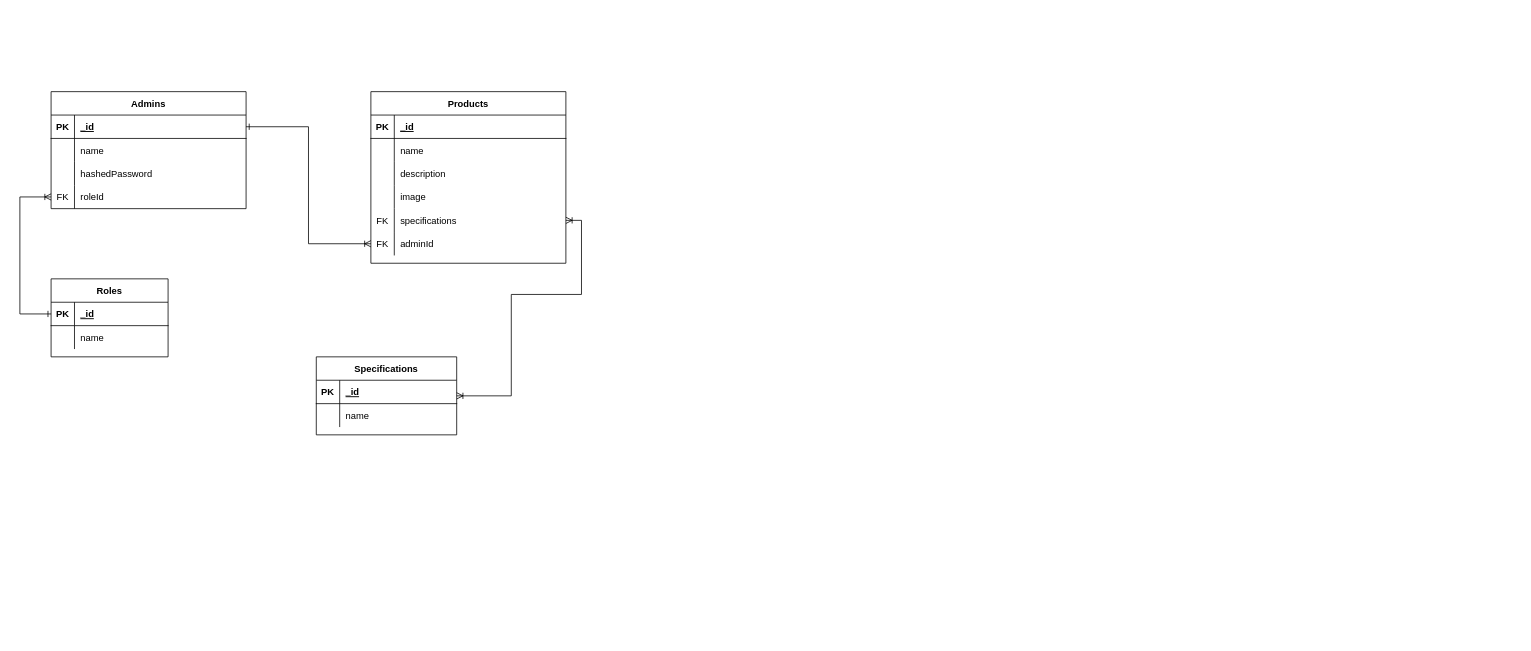
iwannabekoshka/delta-tek keeps this draw.io diagram as DB schema.drawio. Above is the earlier version. Source tidied: cells renumbered, new cells numbered last; positions are measured from the earlier drawing's top-left corner, leaving out a move shared by most shapes. Both pictures are drawn from the tidied source at 78%, with x=0, y=0 at pixel (20, 91).
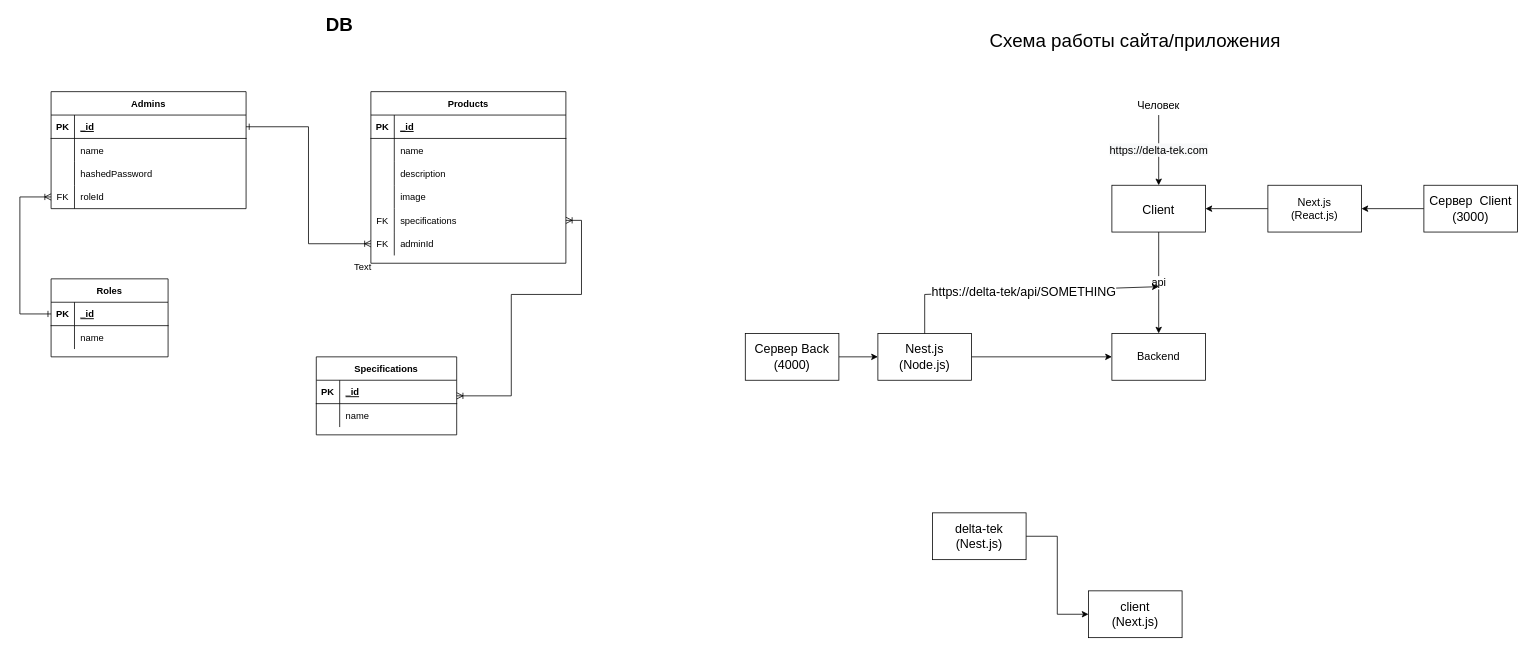
The same diagram, later.

Diff of the diagram source:
```diff
@@
+    <mxCell id="51" value="Text" style="text;html=1;strokeColor=none;fillColor=none;align=center;verticalAlign=middle;whiteSpace=wrap;rounded=0;" parent="1" vertex="1">
+      <mxGeometry x="410" y="210" width="60" height="30" as="geometry" />
+    </mxCell>
+    <mxCell id="52" value="&lt;b&gt;&lt;font style=&quot;font-size: 24px&quot;&gt;DB&lt;/font&gt;&lt;/b&gt;" style="text;html=1;strokeColor=none;fillColor=none;align=center;verticalAlign=middle;whiteSpace=wrap;rounded=0;" parent="1" vertex="1">
+      <mxGeometry x="380" y="-100" width="60" height="30" as="geometry" />
+    </mxCell>
+    <mxCell id="53" value="api" style="edgeStyle=orthogonalEdgeStyle;rounded=0;jettySize=auto;html=1;fontSize=14;" parent="1" edge="1" source="54" target="60">
+      <mxGeometry relative="1" as="geometry" />
+    </mxCell>
+    <mxCell id="54" value="&lt;font style=&quot;font-size: 16px&quot;&gt;Client&lt;/font&gt;" style="rounded=0;whiteSpace=wrap;html=1;fontSize=24;" parent="1" vertex="1">
+      <mxGeometry x="1400" y="120" width="120" height="60" as="geometry" />
+    </mxCell>
+    <mxCell id="55" value="Схема работы сайта/приложения" style="text;html=1;strokeColor=none;fillColor=none;align=center;verticalAlign=middle;whiteSpace=wrap;rounded=0;fontSize=24;" parent="1" vertex="1">
+      <mxGeometry x="1240" y="-80" width="380" height="30" as="geometry" />
+    </mxCell>
+    <mxCell id="56" value="&lt;span style=&quot;color: rgb(0 , 0 , 0) ; font-family: &amp;#34;helvetica&amp;#34; ; font-size: 14px ; font-style: normal ; font-weight: 400 ; letter-spacing: normal ; text-align: center ; text-indent: 0px ; text-transform: none ; word-spacing: 0px ; background-color: rgb(248 , 249 , 250) ; display: inline ; float: none&quot;&gt;https://delta-tek.com&lt;/span&gt;" style="edgeStyle=orthogonalEdgeStyle;rounded=0;jettySize=auto;html=1;fontSize=14;" parent="1" edge="1" source="57" target="54">
+      <mxGeometry relative="1" as="geometry" />
+    </mxCell>
+    <mxCell id="57" value="&lt;font style=&quot;font-size: 14px&quot;&gt;Человек&lt;/font&gt;" style="text;html=1;strokeColor=none;fillColor=none;align=center;verticalAlign=middle;whiteSpace=wrap;rounded=0;fontSize=24;" parent="1" vertex="1">
+      <mxGeometry x="1380" width="160" height="30" as="geometry" />
+    </mxCell>
+    <mxCell id="58" style="edgeStyle=orthogonalEdgeStyle;rounded=0;jettySize=auto;html=1;fontSize=14;" parent="1" edge="1" source="59" target="54">
+      <mxGeometry relative="1" as="geometry" />
+    </mxCell>
+    <mxCell id="59" value="Next.js&lt;br&gt;(React.js)" style="rounded=0;whiteSpace=wrap;html=1;fontSize=14;" parent="1" vertex="1">
+      <mxGeometry x="1600" y="120" width="120" height="60" as="geometry" />
+    </mxCell>
+    <mxCell id="60" value="Backend" style="rounded=0;whiteSpace=wrap;html=1;fontSize=14;" parent="1" vertex="1">
+      <mxGeometry x="1400" y="310" width="120" height="60" as="geometry" />
+    </mxCell>
+    <mxCell id="61" style="edgeStyle=orthogonalEdgeStyle;rounded=0;jettySize=auto;html=1;fontSize=16;" parent="1" edge="1" source="62" target="60">
+      <mxGeometry relative="1" as="geometry" />
+    </mxCell>
+    <mxCell id="62" value="Nest.js&lt;br&gt;(Node.js)" style="rounded=0;whiteSpace=wrap;html=1;fontSize=16;" parent="1" vertex="1">
+      <mxGeometry x="1100" y="310" width="120" height="60" as="geometry" />
+    </mxCell>
+    <mxCell id="63" style="edgeStyle=orthogonalEdgeStyle;rounded=0;jettySize=auto;html=1;fontSize=16;" parent="1" edge="1" source="64" target="59">
+      <mxGeometry relative="1" as="geometry" />
+    </mxCell>
+    <mxCell id="64" value="Сервер&amp;nbsp; Client&lt;br&gt;(3000)" style="rounded=0;whiteSpace=wrap;html=1;fontSize=16;" parent="1" vertex="1">
+      <mxGeometry x="1800" y="120" width="120" height="60" as="geometry" />
+    </mxCell>
+    <mxCell id="65" style="edgeStyle=orthogonalEdgeStyle;rounded=0;jettySize=auto;html=1;fontSize=16;" parent="1" edge="1" source="66" target="62">
+      <mxGeometry relative="1" as="geometry" />
+    </mxCell>
+    <mxCell id="66" value="Сервер Back&lt;br&gt;(4000)" style="rounded=0;whiteSpace=wrap;html=1;fontSize=16;" parent="1" vertex="1">
+      <mxGeometry x="930" y="310" width="120" height="60" as="geometry" />
+    </mxCell>
+    <mxCell id="67" style="endArrow=classic;html=1;rounded=0;fontSize=16;exitX=0.5;exitY=0;exitDx=0;exitDy=0;" parent="1" edge="1" source="62">
+      <mxGeometry relative="1" as="geometry">
+        <mxPoint x="1460" y="250" as="targetPoint" />
+        <Array as="points">
+          <mxPoint x="1160" y="260" />
+        </Array>
+      </mxGeometry>
+    </mxCell>
+    <mxCell id="68" value="https://delta-tek/api/SOMETHING" style="edgeLabel;html=1;align=center;verticalAlign=middle;fontSize=16;" parent="67" vertex="1">
+      <mxGeometry x="0.01" y="-1" relative="1" as="geometry" />
+    </mxCell>
+    <mxCell id="69" style="edgeStyle=orthogonalEdgeStyle;rounded=0;jettySize=auto;html=1;entryX=0;entryY=0.5;entryDx=0;entryDy=0;fontSize=16;" parent="1" edge="1" source="70" target="71">
+      <mxGeometry relative="1" as="geometry" />
+    </mxCell>
+    <mxCell id="70" value="delta-tek&lt;br&gt;(Nest.js)" style="rounded=0;whiteSpace=wrap;html=1;fontSize=16;" parent="1" vertex="1">
+      <mxGeometry x="1170" y="540" width="120" height="60" as="geometry" />
+    </mxCell>
+    <mxCell id="71" value="client&lt;br&gt;(Next.js)" style="rounded=0;whiteSpace=wrap;html=1;fontSize=16;" parent="1" vertex="1">
+      <mxGeometry x="1370" y="640" width="120" height="60" as="geometry" />
+    </mxCell>
```
